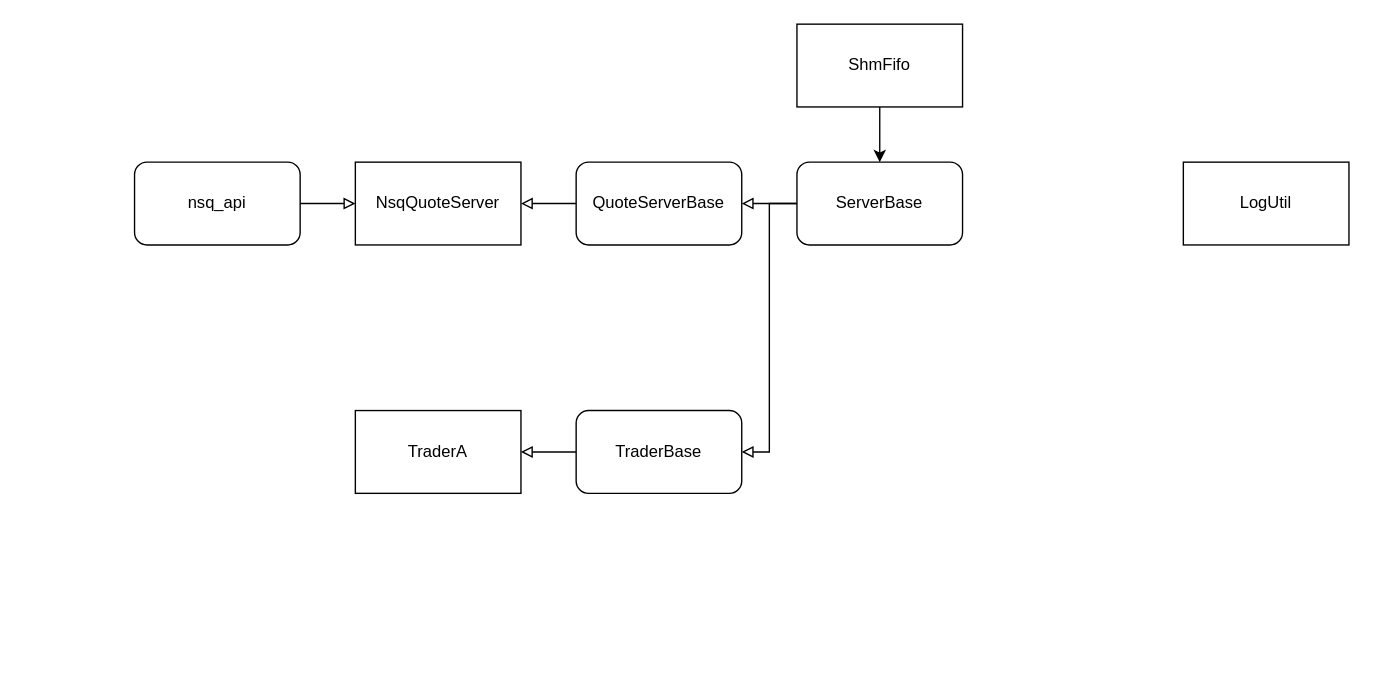
The draw.io diagram hft_framework.drawio in mistyeye11/drawio, before the edit. Source tidied: cells renumbered, new cells numbered last; positions are measured from the earlier drawing's top-left corner, leaving out a move shared by most shapes. Both pictures are drawn from the tidied source at 138%, with x=0, y=0 at pixel (134, 23).
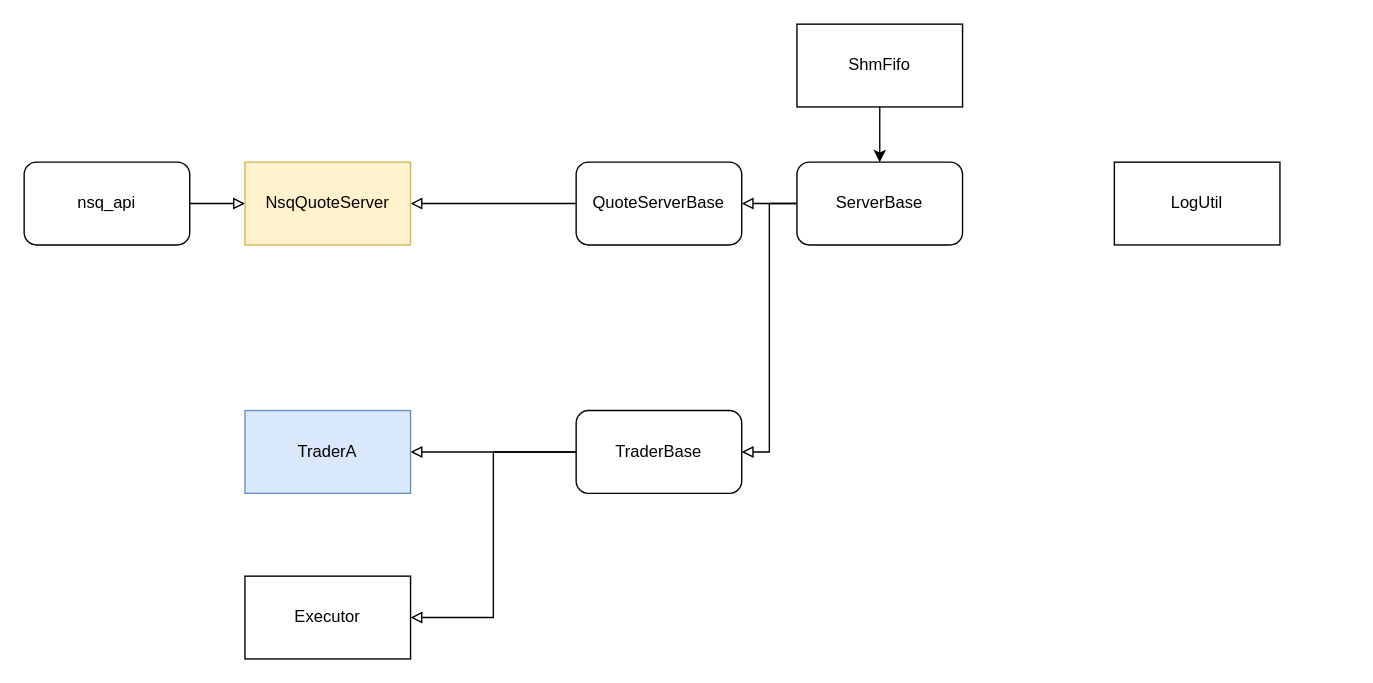
After the change.

The change refers to these unchanged cells:
```xml
<mxCell id="13" value="TraderBase" style="rounded=1;whiteSpace=wrap;html=1;" parent="1" vertex="1">
  <mxGeometry x="320" y="280" width="120" height="60" as="geometry" />
</mxCell>
```

The edit, as a diff of the source:
```diff
@@
     <mxCell id="5" value="nsq_api" style="rounded=1;whiteSpace=wrap;html=1;" parent="1" vertex="1">
-      <mxGeometry y="100" width="120" height="60" as="geometry" />
+      <mxGeometry x="-80" y="100" width="120" height="60" as="geometry" />
     </mxCell>
@@
-    <mxCell id="11" value="NsqQuoteServer" style="rounded=0;whiteSpace=wrap;html=1;" parent="1" vertex="1">
-      <mxGeometry x="160" y="100" width="120" height="60" as="geometry" />
+    <mxCell id="11" value="NsqQuoteServer" style="rounded=0;whiteSpace=wrap;html=1;fillColor=#fff2cc;strokeColor=#d6b656;" parent="1" vertex="1">
+      <mxGeometry x="80" y="100" width="120" height="60" as="geometry" />
     </mxCell>
@@
+    <mxCell id="16" style="edgeStyle=orthogonalEdgeStyle;rounded=0;jettySize=auto;html=1;endArrow=block;endFill=0;" parent="1" edge="1" source="13" target="17">
+      <mxGeometry relative="1" as="geometry">
+        <Array as="points">
+          <mxPoint x="260" y="310" />
+          <mxPoint x="260" y="430" />
+        </Array>
+      </mxGeometry>
+    </mxCell>
@@
     <mxCell id="14" value="LogUtil" style="rounded=0;whiteSpace=wrap;html=1;" parent="1" vertex="1">
-      <mxGeometry x="760" y="100" width="120" height="60" as="geometry" />
+      <mxGeometry x="710" y="100" width="120" height="60" as="geometry" />
     </mxCell>
-    <mxCell id="15" value="TraderA" style="rounded=0;whiteSpace=wrap;html=1;" parent="1" vertex="1">
-      <mxGeometry x="160" y="280" width="120" height="60" as="geometry" />
+    <mxCell id="15" value="TraderA" style="rounded=0;whiteSpace=wrap;html=1;fillColor=#dae8fc;strokeColor=#6c8ebf;" parent="1" vertex="1">
+      <mxGeometry x="80" y="280" width="120" height="60" as="geometry" />
     </mxCell>
+    <mxCell id="17" value="Executor" style="rounded=0;whiteSpace=wrap;html=1;" parent="1" vertex="1">
+      <mxGeometry x="80" y="400" width="120" height="60" as="geometry" />
+    </mxCell>
```
